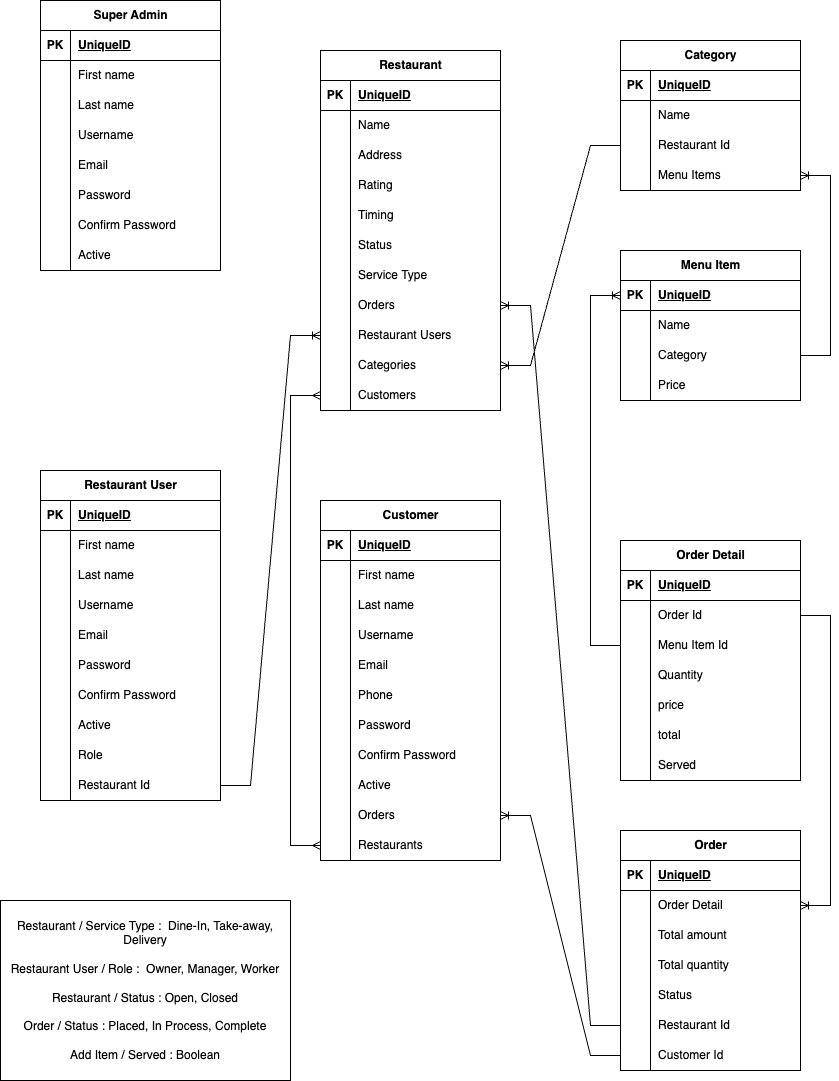
This is Restaurant.png from Brinda2023/restaurant-management, a draw.io export, as it was before one commit. Source tidied: cells renumbered, new cells last; positions are measured from the earlier drawing's top-left corner, leaving out a move shared by most shapes.
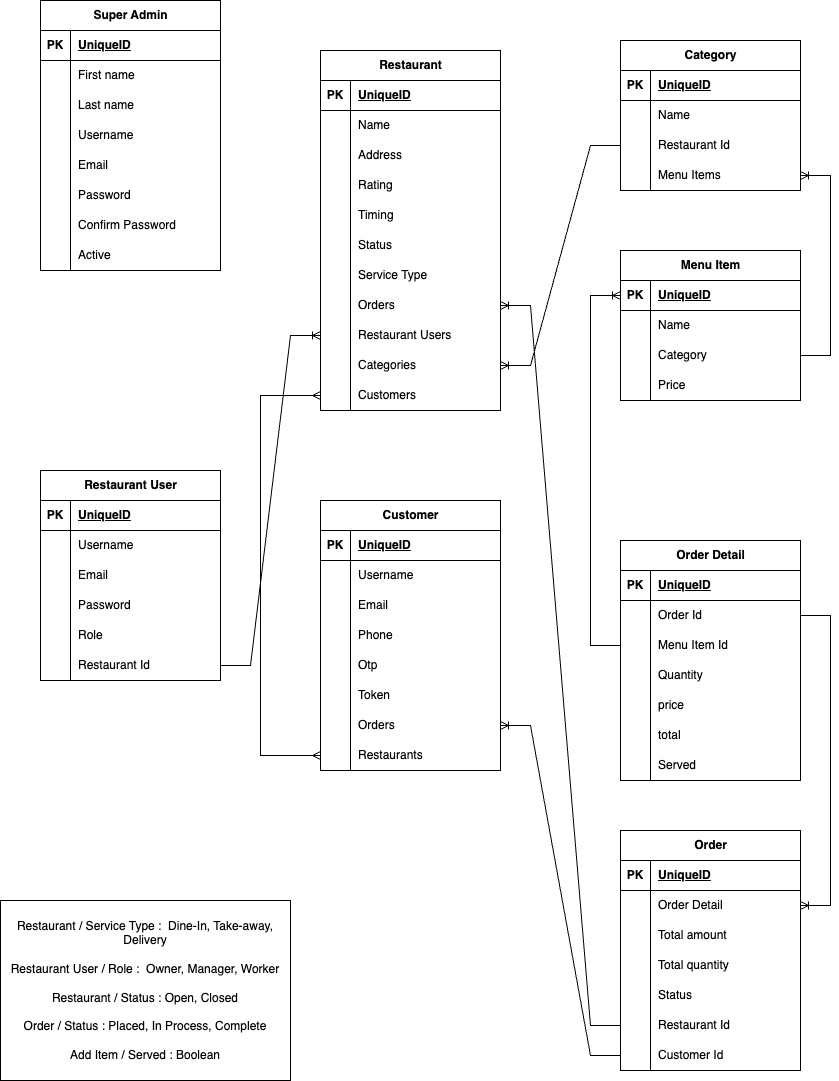
The same file after the commit.

The edit, as a diff of the source:
```diff
@@ -180,7 +180,7 @@
       <mxGeometry x="30" width="150" height="30" as="geometry" />
     </mxCell>
     <mxCell id="61" value="Restaurant User" style="shape=table;startSize=30;rowLines=0;fontStyle=1;align=center;html=1;" parent="1" vertex="1">
-      <mxGeometry x="40" y="470" width="180" height="330" as="geometry" />
+      <mxGeometry x="40" y="470" width="180" height="210" as="geometry" />
     </mxCell>
     <mxCell id="62" style="shape=tableRow;horizontal=0;startSize=0;swimlaneHead=0;swimlaneBody=0;fillColor=none;top=0;left=0;right=0;bottom=1;" parent="61" vertex="1">
       <mxGeometry y="30" width="180" height="30" as="geometry" />
@@ -191,26 +191,8 @@
     <mxCell id="64" value="UniqueID" style="shape=partialRectangle;fillColor=none;top=0;left=0;bottom=0;right=0;align=left;spacingLeft=6;fontStyle=5;overflow=hidden;whiteSpace=wrap;html=1;" parent="62" vertex="1">
       <mxGeometry x="30" width="150" height="30" as="geometry" />
     </mxCell>
-    <mxCell id="65" style="shape=tableRow;horizontal=0;startSize=0;swimlaneHead=0;swimlaneBody=0;fillColor=none;top=0;left=0;right=0;bottom=0;" parent="61" vertex="1">
-      <mxGeometry y="60" width="180" height="30" as="geometry" />
-    </mxCell>
-    <mxCell id="66" style="shape=partialRectangle;fillColor=none;top=0;left=0;bottom=0;right=0;overflow=hidden;whiteSpace=wrap;html=1;" parent="65" vertex="1">
-      <mxGeometry width="30" height="30" as="geometry" />
-    </mxCell>
-    <mxCell id="67" value="First name" style="shape=partialRectangle;fillColor=none;top=0;left=0;bottom=0;right=0;align=left;spacingLeft=6;overflow=hidden;whiteSpace=wrap;html=1;" parent="65" vertex="1">
-      <mxGeometry x="30" width="150" height="30" as="geometry" />
-    </mxCell>
-    <mxCell id="68" style="shape=tableRow;horizontal=0;startSize=0;swimlaneHead=0;swimlaneBody=0;fillColor=none;top=0;left=0;right=0;bottom=0;" parent="61" vertex="1">
-      <mxGeometry y="90" width="180" height="30" as="geometry" />
-    </mxCell>
-    <mxCell id="69" style="shape=partialRectangle;fillColor=none;top=0;left=0;bottom=0;right=0;overflow=hidden;whiteSpace=wrap;html=1;" parent="68" vertex="1">
-      <mxGeometry width="30" height="30" as="geometry" />
-    </mxCell>
-    <mxCell id="70" value="Last name" style="shape=partialRectangle;fillColor=none;top=0;left=0;bottom=0;right=0;align=left;spacingLeft=6;overflow=hidden;whiteSpace=wrap;html=1;" parent="68" vertex="1">
-      <mxGeometry x="30" width="150" height="30" as="geometry" />
-    </mxCell>
     <mxCell id="71" style="shape=tableRow;horizontal=0;startSize=0;swimlaneHead=0;swimlaneBody=0;fillColor=none;top=0;left=0;right=0;bottom=0;" parent="61" vertex="1">
-      <mxGeometry y="120" width="180" height="30" as="geometry" />
+      <mxGeometry y="60" width="180" height="30" as="geometry" />
     </mxCell>
     <mxCell id="72" style="shape=partialRectangle;fillColor=none;top=0;left=0;bottom=0;right=0;overflow=hidden;whiteSpace=wrap;html=1;" parent="71" vertex="1">
       <mxGeometry width="30" height="30" as="geometry" />
@@ -219,7 +201,7 @@
       <mxGeometry x="30" width="150" height="30" as="geometry" />
     </mxCell>
     <mxCell id="74" style="shape=tableRow;horizontal=0;startSize=0;swimlaneHead=0;swimlaneBody=0;fillColor=none;top=0;left=0;right=0;bottom=0;" parent="61" vertex="1">
-      <mxGeometry y="150" width="180" height="30" as="geometry" />
+      <mxGeometry y="90" width="180" height="30" as="geometry" />
     </mxCell>
     <mxCell id="75" style="shape=partialRectangle;fillColor=none;top=0;left=0;bottom=0;right=0;overflow=hidden;whiteSpace=wrap;html=1;" parent="74" vertex="1">
       <mxGeometry width="30" height="30" as="geometry" />
@@ -228,7 +210,7 @@
       <mxGeometry x="30" width="150" height="30" as="geometry" />
     </mxCell>
     <mxCell id="77" style="shape=tableRow;horizontal=0;startSize=0;swimlaneHead=0;swimlaneBody=0;fillColor=none;top=0;left=0;right=0;bottom=0;" parent="61" vertex="1">
-      <mxGeometry y="180" width="180" height="30" as="geometry" />
+      <mxGeometry y="120" width="180" height="30" as="geometry" />
     </mxCell>
     <mxCell id="78" style="shape=partialRectangle;fillColor=none;top=0;left=0;bottom=0;right=0;overflow=hidden;whiteSpace=wrap;html=1;" parent="77" vertex="1">
       <mxGeometry width="30" height="30" as="geometry" />
@@ -236,26 +218,8 @@
     <mxCell id="79" value="Password" style="shape=partialRectangle;fillColor=none;top=0;left=0;bottom=0;right=0;align=left;spacingLeft=6;overflow=hidden;whiteSpace=wrap;html=1;" parent="77" vertex="1">
       <mxGeometry x="30" width="150" height="30" as="geometry" />
     </mxCell>
-    <mxCell id="80" style="shape=tableRow;horizontal=0;startSize=0;swimlaneHead=0;swimlaneBody=0;fillColor=none;top=0;left=0;right=0;bottom=0;" parent="61" vertex="1">
-      <mxGeometry y="210" width="180" height="30" as="geometry" />
-    </mxCell>
-    <mxCell id="81" style="shape=partialRectangle;fillColor=none;top=0;left=0;bottom=0;right=0;overflow=hidden;whiteSpace=wrap;html=1;" parent="80" vertex="1">
-      <mxGeometry width="30" height="30" as="geometry" />
-    </mxCell>
-    <mxCell id="82" value="Confirm Password" style="shape=partialRectangle;fillColor=none;top=0;left=0;bottom=0;right=0;align=left;spacingLeft=6;overflow=hidden;whiteSpace=wrap;html=1;" parent="80" vertex="1">
-      <mxGeometry x="30" width="150" height="30" as="geometry" />
-    </mxCell>
-    <mxCell id="83" style="shape=tableRow;horizontal=0;startSize=0;swimlaneHead=0;swimlaneBody=0;fillColor=none;top=0;left=0;right=0;bottom=0;" parent="61" vertex="1">
-      <mxGeometry y="240" width="180" height="30" as="geometry" />
-    </mxCell>
-    <mxCell id="84" style="shape=partialRectangle;fillColor=none;top=0;left=0;bottom=0;right=0;overflow=hidden;whiteSpace=wrap;html=1;" parent="83" vertex="1">
-      <mxGeometry width="30" height="30" as="geometry" />
-    </mxCell>
-    <mxCell id="85" value="Active" style="shape=partialRectangle;fillColor=none;top=0;left=0;bottom=0;right=0;align=left;spacingLeft=6;overflow=hidden;whiteSpace=wrap;html=1;" parent="83" vertex="1">
-      <mxGeometry x="30" width="150" height="30" as="geometry" />
-    </mxCell>
     <mxCell id="86" style="shape=tableRow;horizontal=0;startSize=0;swimlaneHead=0;swimlaneBody=0;fillColor=none;top=0;left=0;right=0;bottom=0;" parent="61" vertex="1">
-      <mxGeometry y="270" width="180" height="30" as="geometry" />
+      <mxGeometry y="150" width="180" height="30" as="geometry" />
     </mxCell>
     <mxCell id="87" style="shape=partialRectangle;fillColor=none;top=0;left=0;bottom=0;right=0;overflow=hidden;whiteSpace=wrap;html=1;" parent="86" vertex="1">
       <mxGeometry width="30" height="30" as="geometry" />
@@ -264,7 +228,7 @@
       <mxGeometry x="30" width="150" height="30" as="geometry" />
     </mxCell>
     <mxCell id="89" style="shape=tableRow;horizontal=0;startSize=0;swimlaneHead=0;swimlaneBody=0;fillColor=none;points=[[0,0.5],[1,0.5]];portConstraint=eastwest;top=0;left=0;right=0;bottom=0;" parent="61" vertex="1">
-      <mxGeometry y="300" width="180" height="30" as="geometry" />
+      <mxGeometry y="180" width="180" height="30" as="geometry" />
     </mxCell>
     <mxCell id="90" style="shape=partialRectangle;fillColor=none;top=0;left=0;bottom=0;right=0;overflow=hidden;whiteSpace=wrap;html=1;" parent="89" vertex="1">
       <mxGeometry width="30" height="30" as="geometry" />
@@ -483,7 +447,7 @@
       <mxGeometry x="30" width="150" height="30" as="geometry" />
     </mxCell>
     <mxCell id="162" value="Customer" style="shape=table;startSize=30;rowLines=0;fontStyle=1;align=center;html=1;" parent="1" vertex="1">
-      <mxGeometry x="320" y="500" width="180" height="360" as="geometry" />
+      <mxGeometry x="320" y="500" width="180" height="270" as="geometry" />
     </mxCell>
     <mxCell id="163" style="shape=tableRow;horizontal=0;startSize=0;swimlaneHead=0;swimlaneBody=0;fillColor=none;top=0;left=0;right=0;bottom=1;" parent="162" vertex="1">
       <mxGeometry y="30" width="180" height="30" as="geometry" />
@@ -494,26 +458,8 @@
     <mxCell id="165" value="UniqueID" style="shape=partialRectangle;fillColor=none;top=0;left=0;bottom=0;right=0;align=left;spacingLeft=6;fontStyle=5;overflow=hidden;whiteSpace=wrap;html=1;" parent="163" vertex="1">
       <mxGeometry x="30" width="150" height="30" as="geometry" />
     </mxCell>
-    <mxCell id="166" style="shape=tableRow;horizontal=0;startSize=0;swimlaneHead=0;swimlaneBody=0;fillColor=none;top=0;left=0;right=0;bottom=0;" parent="162" vertex="1">
-      <mxGeometry y="60" width="180" height="30" as="geometry" />
-    </mxCell>
-    <mxCell id="167" style="shape=partialRectangle;fillColor=none;top=0;left=0;bottom=0;right=0;overflow=hidden;whiteSpace=wrap;html=1;" parent="166" vertex="1">
-      <mxGeometry width="30" height="30" as="geometry" />
-    </mxCell>
-    <mxCell id="168" value="First name" style="shape=partialRectangle;fillColor=none;top=0;left=0;bottom=0;right=0;align=left;spacingLeft=6;overflow=hidden;whiteSpace=wrap;html=1;" parent="166" vertex="1">
-      <mxGeometry x="30" width="150" height="30" as="geometry" />
-    </mxCell>
-    <mxCell id="169" style="shape=tableRow;horizontal=0;startSize=0;swimlaneHead=0;swimlaneBody=0;fillColor=none;top=0;left=0;right=0;bottom=0;" parent="162" vertex="1">
-      <mxGeometry y="90" width="180" height="30" as="geometry" />
-    </mxCell>
-    <mxCell id="170" style="shape=partialRectangle;fillColor=none;top=0;left=0;bottom=0;right=0;overflow=hidden;whiteSpace=wrap;html=1;" parent="169" vertex="1">
-      <mxGeometry width="30" height="30" as="geometry" />
-    </mxCell>
-    <mxCell id="171" value="Last name" style="shape=partialRectangle;fillColor=none;top=0;left=0;bottom=0;right=0;align=left;spacingLeft=6;overflow=hidden;whiteSpace=wrap;html=1;" parent="169" vertex="1">
-      <mxGeometry x="30" width="150" height="30" as="geometry" />
-    </mxCell>
     <mxCell id="172" style="shape=tableRow;horizontal=0;startSize=0;swimlaneHead=0;swimlaneBody=0;fillColor=none;top=0;left=0;right=0;bottom=0;" parent="162" vertex="1">
-      <mxGeometry y="120" width="180" height="30" as="geometry" />
+      <mxGeometry y="60" width="180" height="30" as="geometry" />
     </mxCell>
     <mxCell id="173" style="shape=partialRectangle;fillColor=none;top=0;left=0;bottom=0;right=0;overflow=hidden;whiteSpace=wrap;html=1;" parent="172" vertex="1">
       <mxGeometry width="30" height="30" as="geometry" />
@@ -522,7 +468,7 @@
       <mxGeometry x="30" width="150" height="30" as="geometry" />
     </mxCell>
     <mxCell id="175" style="shape=tableRow;horizontal=0;startSize=0;swimlaneHead=0;swimlaneBody=0;fillColor=none;top=0;left=0;right=0;bottom=0;" parent="162" vertex="1">
-      <mxGeometry y="150" width="180" height="30" as="geometry" />
+      <mxGeometry y="90" width="180" height="30" as="geometry" />
     </mxCell>
     <mxCell id="176" style="shape=partialRectangle;fillColor=none;top=0;left=0;bottom=0;right=0;overflow=hidden;whiteSpace=wrap;html=1;" parent="175" vertex="1">
       <mxGeometry width="30" height="30" as="geometry" />
@@ -531,7 +477,7 @@
       <mxGeometry x="30" width="150" height="30" as="geometry" />
     </mxCell>
     <mxCell id="178" style="shape=tableRow;horizontal=0;startSize=0;swimlaneHead=0;swimlaneBody=0;fillColor=none;top=0;left=0;right=0;bottom=0;" parent="162" vertex="1">
-      <mxGeometry y="180" width="180" height="30" as="geometry" />
+      <mxGeometry y="120" width="180" height="30" as="geometry" />
     </mxCell>
     <mxCell id="179" style="shape=partialRectangle;fillColor=none;top=0;left=0;bottom=0;right=0;overflow=hidden;whiteSpace=wrap;html=1;" parent="178" vertex="1">
       <mxGeometry width="30" height="30" as="geometry" />
@@ -540,34 +486,25 @@
       <mxGeometry x="30" width="150" height="30" as="geometry" />
     </mxCell>
     <mxCell id="181" style="shape=tableRow;horizontal=0;startSize=0;swimlaneHead=0;swimlaneBody=0;fillColor=none;top=0;left=0;right=0;bottom=0;" parent="162" vertex="1">
-      <mxGeometry y="210" width="180" height="30" as="geometry" />
+      <mxGeometry y="150" width="180" height="30" as="geometry" />
     </mxCell>
     <mxCell id="182" style="shape=partialRectangle;fillColor=none;top=0;left=0;bottom=0;right=0;overflow=hidden;whiteSpace=wrap;html=1;" parent="181" vertex="1">
       <mxGeometry width="30" height="30" as="geometry" />
     </mxCell>
-    <mxCell id="183" value="Password" style="shape=partialRectangle;fillColor=none;top=0;left=0;bottom=0;right=0;align=left;spacingLeft=6;overflow=hidden;whiteSpace=wrap;html=1;" parent="181" vertex="1">
+    <mxCell id="183" value="Otp" style="shape=partialRectangle;fillColor=none;top=0;left=0;bottom=0;right=0;align=left;spacingLeft=6;overflow=hidden;whiteSpace=wrap;html=1;" parent="181" vertex="1">
       <mxGeometry x="30" width="150" height="30" as="geometry" />
     </mxCell>
     <mxCell id="184" style="shape=tableRow;horizontal=0;startSize=0;swimlaneHead=0;swimlaneBody=0;fillColor=none;top=0;left=0;right=0;bottom=0;" parent="162" vertex="1">
-      <mxGeometry y="240" width="180" height="30" as="geometry" />
+      <mxGeometry y="180" width="180" height="30" as="geometry" />
     </mxCell>
     <mxCell id="185" style="shape=partialRectangle;fillColor=none;top=0;left=0;bottom=0;right=0;overflow=hidden;whiteSpace=wrap;html=1;" parent="184" vertex="1">
       <mxGeometry width="30" height="30" as="geometry" />
     </mxCell>
-    <mxCell id="186" value="Confirm Password" style="shape=partialRectangle;fillColor=none;top=0;left=0;bottom=0;right=0;align=left;spacingLeft=6;overflow=hidden;whiteSpace=wrap;html=1;" parent="184" vertex="1">
+    <mxCell id="186" value="Token" style="shape=partialRectangle;fillColor=none;top=0;left=0;bottom=0;right=0;align=left;spacingLeft=6;overflow=hidden;whiteSpace=wrap;html=1;" parent="184" vertex="1">
       <mxGeometry x="30" width="150" height="30" as="geometry" />
     </mxCell>
-    <mxCell id="187" style="shape=tableRow;horizontal=0;startSize=0;swimlaneHead=0;swimlaneBody=0;fillColor=none;top=0;left=0;right=0;bottom=0;" parent="162" vertex="1">
-      <mxGeometry y="270" width="180" height="30" as="geometry" />
-    </mxCell>
-    <mxCell id="188" style="shape=partialRectangle;fillColor=none;top=0;left=0;bottom=0;right=0;overflow=hidden;whiteSpace=wrap;html=1;" parent="187" vertex="1">
-      <mxGeometry width="30" height="30" as="geometry" />
-    </mxCell>
-    <mxCell id="189" value="Active" style="shape=partialRectangle;fillColor=none;top=0;left=0;bottom=0;right=0;align=left;spacingLeft=6;overflow=hidden;whiteSpace=wrap;html=1;" parent="187" vertex="1">
-      <mxGeometry x="30" width="150" height="30" as="geometry" />
-    </mxCell>
     <mxCell id="190" style="shape=tableRow;horizontal=0;startSize=0;swimlaneHead=0;swimlaneBody=0;fillColor=none;points=[[0,0.5],[1,0.5]];portConstraint=eastwest;top=0;left=0;right=0;bottom=0;" parent="162" vertex="1">
-      <mxGeometry y="300" width="180" height="30" as="geometry" />
+      <mxGeometry y="210" width="180" height="30" as="geometry" />
     </mxCell>
     <mxCell id="191" style="shape=partialRectangle;fillColor=none;top=0;left=0;bottom=0;right=0;overflow=hidden;whiteSpace=wrap;html=1;" parent="190" vertex="1">
       <mxGeometry width="30" height="30" as="geometry" />
@@ -576,7 +513,7 @@
       <mxGeometry x="30" width="150" height="30" as="geometry" />
     </mxCell>
     <mxCell id="193" style="shape=tableRow;horizontal=0;startSize=0;swimlaneHead=0;swimlaneBody=0;fillColor=none;points=[[0,0.5],[1,0.5]];portConstraint=eastwest;top=0;left=0;right=0;bottom=0;" parent="162" vertex="1">
-      <mxGeometry y="330" width="180" height="30" as="geometry" />
+      <mxGeometry y="240" width="180" height="30" as="geometry" />
     </mxCell>
     <mxCell id="194" style="shape=partialRectangle;fillColor=none;top=0;left=0;bottom=0;right=0;overflow=hidden;whiteSpace=wrap;html=1;" parent="193" vertex="1">
       <mxGeometry width="30" height="30" as="geometry" />
@@ -616,8 +553,8 @@
     <mxCell id="204" style="edgeStyle=orthogonalEdgeStyle;fontSize=12;html=1;endArrow=ERmany;startArrow=ERmany;rounded=0;entryX=0;entryY=0.5;entryDx=0;entryDy=0;exitX=0;exitY=0.5;exitDx=0;exitDy=0;" parent="1" edge="1" source="193" target="58">
       <mxGeometry relative="1" as="geometry">
         <Array as="points">
-          <mxPoint x="290" y="845" />
-          <mxPoint x="290" y="395" />
+          <mxPoint x="260" y="755" />
+          <mxPoint x="260" y="395" />
         </Array>
       </mxGeometry>
     </mxCell>
```
